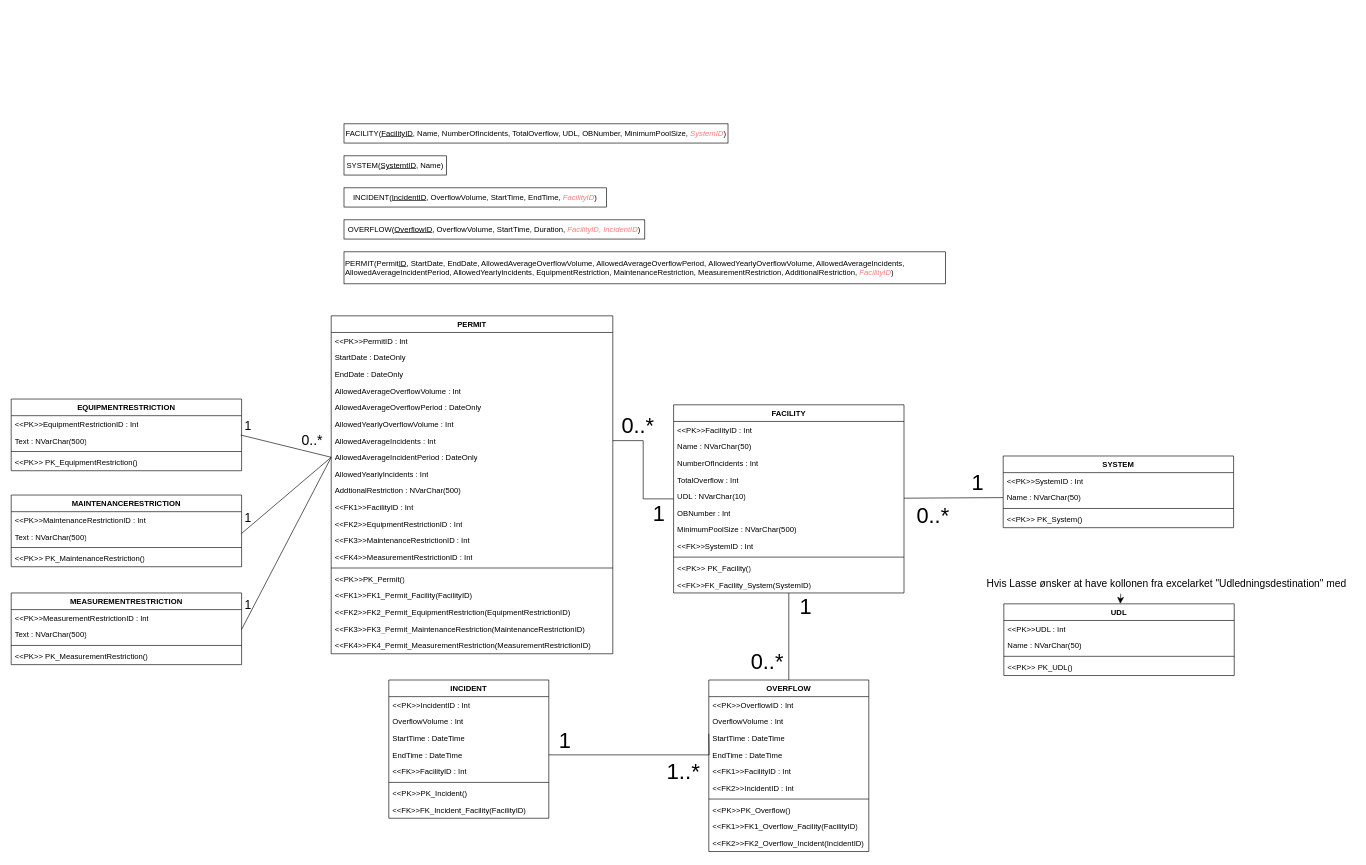
Above: Relationsskemaer_og_ERDiagram.drawio in DScharla/T14 (draw.io), before the change. Source tidied: cells renumbered, new cells numbered last; positions are measured from the earlier drawing's top-left corner, leaving out a move shared by most shapes. Both pictures are drawn from the tidied source at 64%, with x=0, y=0 at pixel (11, 124).
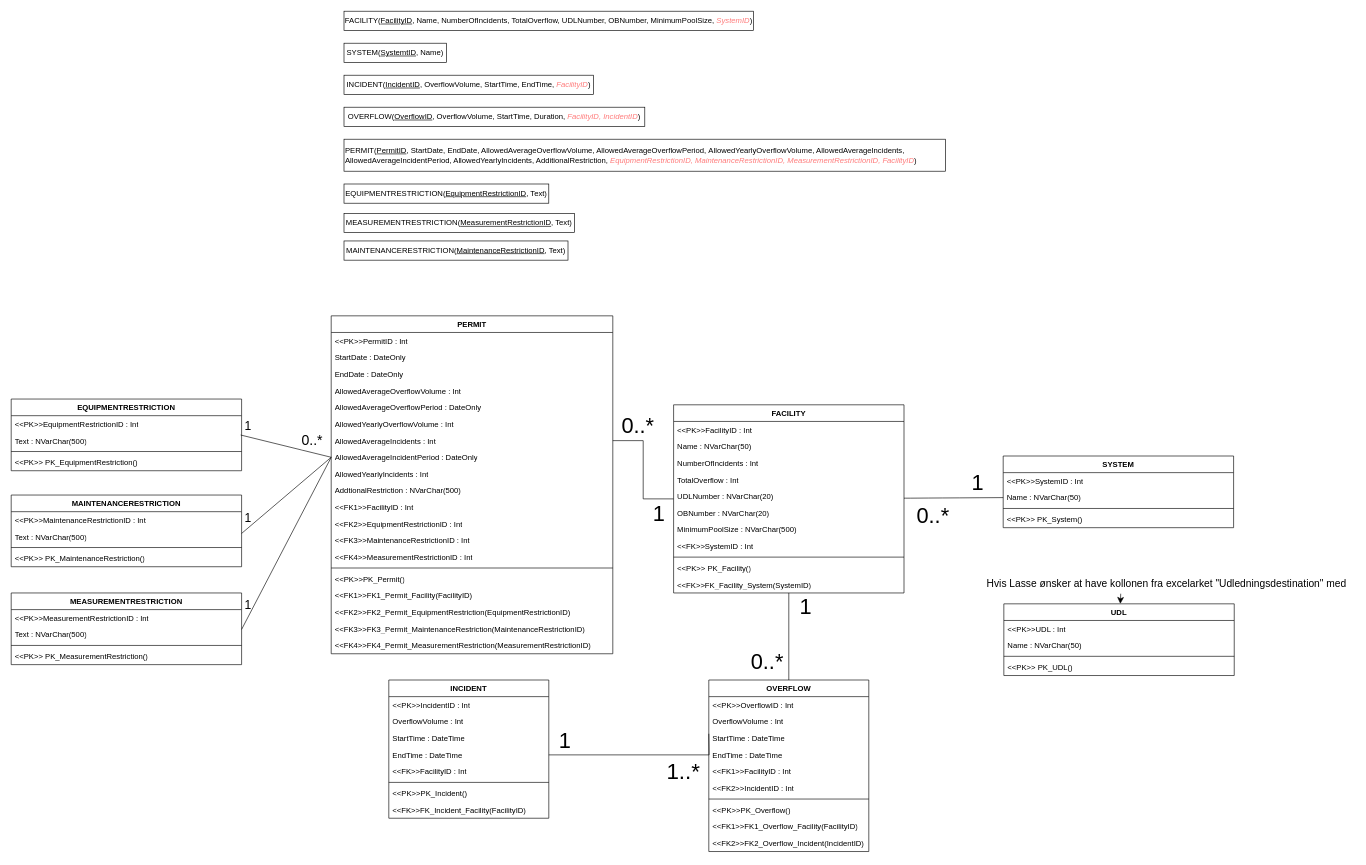
The same diagram, later.

Unchanged cells that the change refers to:
```xml
<mxCell id="15" value="FACILITY" style="swimlane;fontStyle=1;align=center;verticalAlign=top;horizontal=1;startSize=26;whiteSpace=wrap;html=1;" parent="1" vertex="1">
  <mxGeometry x="1035" y="439" width="360" height="294" as="geometry" />
</mxCell>
```

What changed in the source:
```diff
@@
-    <mxCell id="2" value="FACILITY(&lt;u&gt;FacilityID&lt;/u&gt;, Name, NumberOfIncidents, TotalOverflow, UDL, OBNumber, MinimumPoolSize, &lt;i&gt;&lt;font color=&quot;#ff7a7a&quot;&gt;SystemID&lt;/font&gt;&lt;/i&gt;)" style="rounded=0;whiteSpace=wrap;html=1;" parent="1" vertex="1">
-      <mxGeometry x="520" width="600" height="30" as="geometry" />
+    <mxCell id="2" value="FACILITY(&lt;u&gt;FacilityID&lt;/u&gt;, Name, NumberOfIncidents, TotalOverflow, UDLNumber, OBNumber, MinimumPoolSize, &lt;i&gt;&lt;font color=&quot;#ff7a7a&quot;&gt;SystemID&lt;/font&gt;&lt;/i&gt;)" style="rounded=0;whiteSpace=wrap;html=1;" parent="1" vertex="1">
+      <mxGeometry x="520" y="-176" width="640" height="30" as="geometry" />
     </mxCell>
     <mxCell id="3" value="INCIDENT(&lt;u&gt;IncidentID&lt;/u&gt;, OverflowVolume, StartTime, EndTime,&amp;nbsp;&lt;i&gt;&lt;font color=&quot;#ff7a7a&quot;&gt;FacilityID&lt;/font&gt;&lt;/i&gt;)" style="rounded=0;whiteSpace=wrap;html=1;" parent="1" vertex="1">
-      <mxGeometry x="520" y="100" width="410" height="30" as="geometry" />
+      <mxGeometry x="520" y="-76" width="390" height="30" as="geometry" />
     </mxCell>
     <mxCell id="4" value="OVERFLOW(&lt;u&gt;OverflowID&lt;/u&gt;, OverflowVolume, StartTime, Duration,&amp;nbsp;&lt;i&gt;&lt;font color=&quot;#ff7a7a&quot;&gt;FacilityID,&amp;nbsp;&lt;/font&gt;&lt;/i&gt;&lt;i&gt;&lt;font color=&quot;#ff7a7a&quot;&gt;IncidentID&lt;/font&gt;&lt;/i&gt;)" style="rounded=0;whiteSpace=wrap;html=1;" parent="1" vertex="1">
-      <mxGeometry x="520" y="150" width="470" height="30" as="geometry" />
+      <mxGeometry x="520" y="-26" width="470" height="30" as="geometry" />
     </mxCell>
-    <mxCell id="5" value="PERMIT(Permit&lt;u&gt;ID&lt;/u&gt;, StartDate, EndDate, AllowedAverageOverflowVolume, AllowedAverageOverflowPeriod,&amp;nbsp;AllowedYearlyOverflowVolume, AllowedAverageIncidents, AllowedAverageIncidentPeriod, AllowedYearlyIncidents, EquipmentRestriction, MaintenanceRestriction, MeasurementRestriction, AdditionalRestriction, &lt;i&gt;&lt;font color=&quot;#ff7a7a&quot;&gt;FacilityID&lt;/font&gt;&lt;/i&gt;)" style="rounded=0;whiteSpace=wrap;html=1;align=left;" parent="1" vertex="1">
-      <mxGeometry x="520" y="200" width="940" height="50" as="geometry" />
+    <mxCell id="5" value="PERMIT(&lt;u&gt;PermitID&lt;/u&gt;, StartDate, EndDate, AllowedAverageOverflowVolume, AllowedAverageOverflowPeriod,&amp;nbsp;AllowedYearlyOverflowVolume, AllowedAverageIncidents, AllowedAverageIncidentPeriod, AllowedYearlyIncidents, AdditionalRestriction,&amp;nbsp;&lt;i&gt;&lt;font color=&quot;#ff7a7a&quot;&gt;EquipmentRestrictionID, MaintenanceRestrictionID, MeasurementRestrictionID,&amp;nbsp;FacilityID&lt;/font&gt;&lt;/i&gt;)" style="rounded=0;whiteSpace=wrap;html=1;align=left;" parent="1" vertex="1">
+      <mxGeometry x="520" y="24" width="940" height="50" as="geometry" />
     </mxCell>
@@
-    <mxCell id="20" value="UDL : NVarChar(10)" style="text;strokeColor=none;fillColor=none;align=left;verticalAlign=top;spacingLeft=4;spacingRight=4;overflow=hidden;whiteSpace=wrap;html=1;" parent="15" vertex="1">
+    <mxCell id="20" value="UDLNumber :&amp;nbsp;NVarChar(20)" style="text;strokeColor=none;fillColor=none;align=left;verticalAlign=top;spacingLeft=4;spacingRight=4;overflow=hidden;whiteSpace=wrap;html=1;" parent="15" vertex="1">
       <mxGeometry y="130" width="360" height="26" as="geometry" />
     </mxCell>
-    <mxCell id="21" value="OBNumber : Int" style="text;strokeColor=none;fillColor=none;align=left;verticalAlign=top;spacingLeft=4;spacingRight=4;overflow=hidden;whiteSpace=wrap;html=1;" parent="15" vertex="1">
+    <mxCell id="21" value="OBNumber :&amp;nbsp;NVarChar(20)" style="text;strokeColor=none;fillColor=none;align=left;verticalAlign=top;spacingLeft=4;spacingRight=4;overflow=hidden;whiteSpace=wrap;html=1;" parent="15" vertex="1">
       <mxGeometry y="156" width="360" height="26" as="geometry" />
     </mxCell>
@@
     <mxCell id="83" value="SYSTEM(&lt;u&gt;SystemtID&lt;/u&gt;, Name)" style="rounded=0;whiteSpace=wrap;html=1;" parent="1" vertex="1">
-      <mxGeometry x="520" y="50" width="160" height="30" as="geometry" />
+      <mxGeometry x="520" y="-126" width="160" height="30" as="geometry" />
     </mxCell>
@@
+    <mxCell id="106" value="EQUIPMENTRESTRICTION(&lt;u&gt;EquipmentRestrictionID&lt;/u&gt;, Text)" style="rounded=0;whiteSpace=wrap;html=1;" parent="1" vertex="1">
+      <mxGeometry x="520" y="94" width="320" height="30" as="geometry" />
+    </mxCell>
+    <mxCell id="107" value="MEASUREMENTRESTRICTION(&lt;u&gt;MeasurementRestrictionID&lt;/u&gt;, Text)" style="rounded=0;whiteSpace=wrap;html=1;" parent="1" vertex="1">
+      <mxGeometry x="520" y="140" width="360" height="30" as="geometry" />
+    </mxCell>
+    <mxCell id="108" value="MAINTENANCERESTRICTION(&lt;u&gt;MaintenanceRestrictionID&lt;/u&gt;, Text)" style="rounded=0;whiteSpace=wrap;html=1;" parent="1" vertex="1">
+      <mxGeometry x="520" y="183" width="350" height="30" as="geometry" />
+    </mxCell>
```
